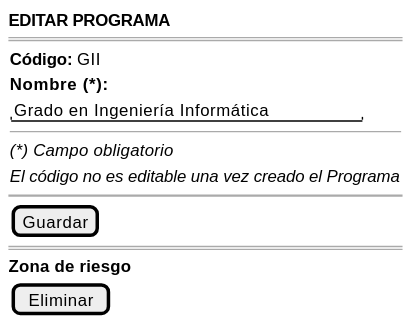
This is images/RUP/01-requisitos/03-detalle-casos-uso/editarPrograma/wireframe.svg from mmasias/pyCeldaPublico, a PlantUML export, as it was before one commit. Its diagram source:
```plantuml
@startsalt editarPrograma-wireframe
{
    <b>EDITAR PROGRAMA</b>
    ====
    {
        <b>Código:</b> GII
        <b>Nombre (*):</b>
        "Grado en Ingeniería Informática"
        --
        <i>(*) Campo obligatorio</i>
        <i>El código no es editable una vez creado el Programa</i>
    }
    ~~
    {[Guardar]}
    ==
    <b>Zona de riesgo</b>
    {[Eliminar]}
}
@endsalt
```
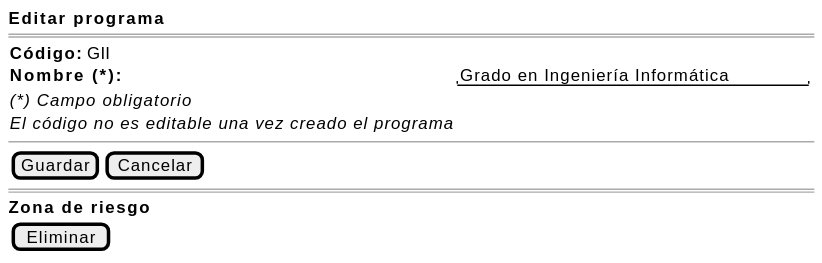
The same file after the commit.

What changed in the source:
```diff
@@ -1,17 +1,15 @@
 @startsalt editarPrograma-wireframe
 {
-    <b>EDITAR PROGRAMA</b>
+    <b>Editar programa</b>
     ====
     {
         <b>Código:</b> GII
-        <b>Nombre (*):</b>
-        "Grado en Ingeniería Informática"
-        --
+        <b>Nombre (*):</b> | "Grado en Ingeniería Informática"
         <i>(*) Campo obligatorio</i>
-        <i>El código no es editable una vez creado el Programa</i>
+        <i>El código no es editable una vez creado el programa</i>
     }
-    ~~
-    {[Guardar]}
+    --
+    {[Guardar] | [Cancelar]}
     ==
     <b>Zona de riesgo</b>
     {[Eliminar]}
```
